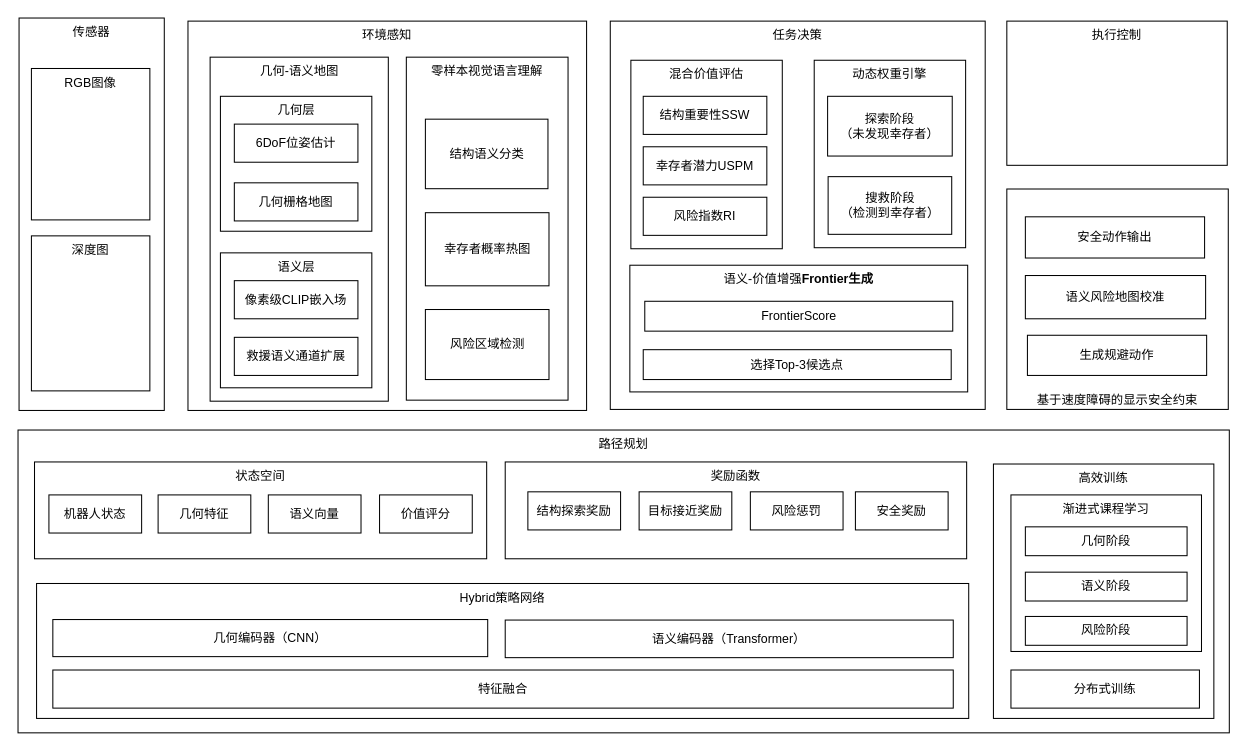
Before: 未命名绘图.drawio in qingyuhai/myGitTemp, a draw.io diagram. Source tidied: cells renumbered, new cells numbered last; positions are measured from the earlier drawing's top-left corner, leaving out a move shared by most shapes. Both pictures are drawn from the tidied source at 103%, with x=0, y=0 at pixel (18, 18).
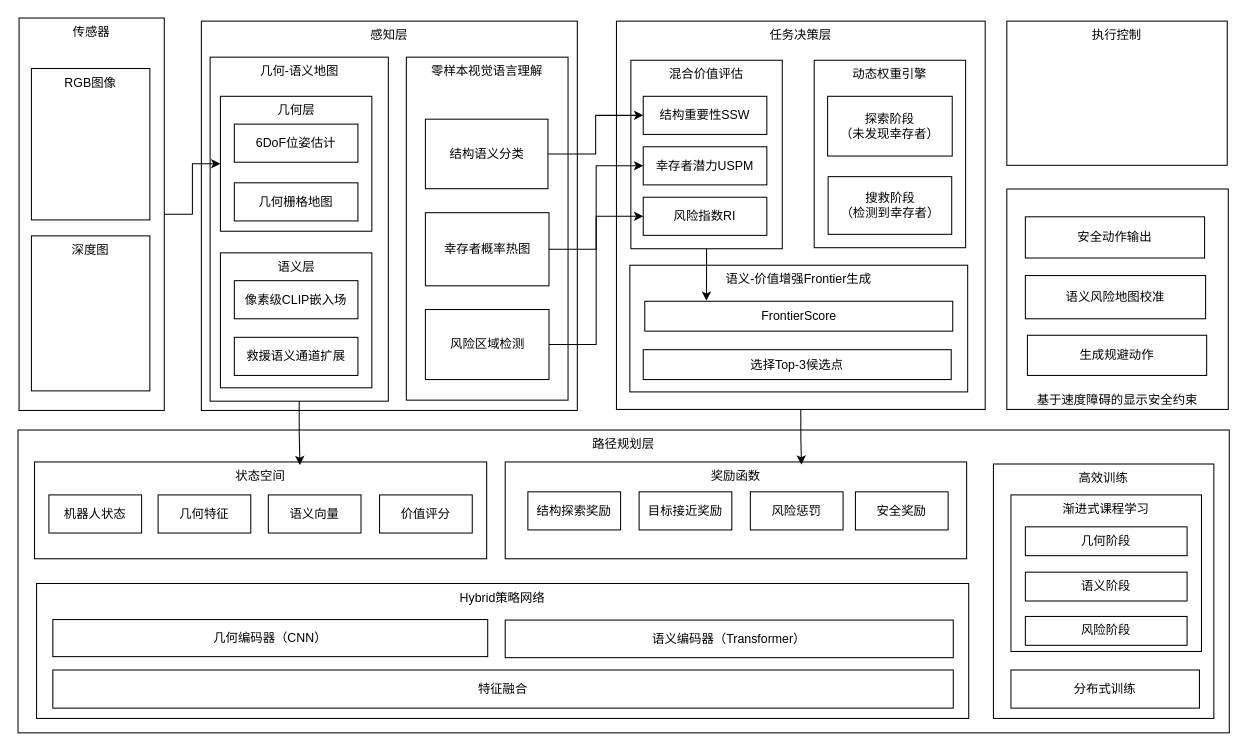
Above is the later version.

Commit message (it also covers changes not shown here):
更新未命名绘图.drawio

Unchanged cells that the change refers to:
```xml
<mxCell id="2" value="传感器" style="rounded=0;whiteSpace=wrap;html=1;verticalAlign=top;" parent="1" vertex="1">
  <mxGeometry x="1" width="141" height="381" as="geometry" />
</mxCell>
<mxCell id="7" value="几何-语义地图" style="rounded=0;whiteSpace=wrap;html=1;verticalAlign=top;" parent="1" vertex="1">
  <mxGeometry x="186.5" y="38" width="173" height="334" as="geometry" />
</mxCell>
<mxCell id="8" value="几何层" style="rounded=0;whiteSpace=wrap;html=1;verticalAlign=top;" parent="1" vertex="1">
  <mxGeometry x="196.5" y="76" width="147" height="131" as="geometry" />
</mxCell>
<mxCell id="10" value="混合价值评估" style="rounded=0;whiteSpace=wrap;html=1;verticalAlign=top;" parent="1" vertex="1">
  <mxGeometry x="595" y="41" width="147" height="183" as="geometry" />
</mxCell>
<mxCell id="11" value="结构重要性SSW" style="rounded=0;whiteSpace=wrap;html=1;" parent="1" vertex="1">
  <mxGeometry x="607" y="76" width="120" height="37" as="geometry" />
</mxCell>
<mxCell id="12" value="幸存者潜力USPM" style="rounded=0;whiteSpace=wrap;html=1;" parent="1" vertex="1">
  <mxGeometry x="607" y="125" width="120" height="37" as="geometry" />
</mxCell>
<mxCell id="13" value="风险指数RI" style="rounded=0;whiteSpace=wrap;html=1;" parent="1" vertex="1">
  <mxGeometry x="607" y="174" width="120" height="37" as="geometry" />
</mxCell>
<mxCell id="18" value="状态空间" style="rounded=0;whiteSpace=wrap;html=1;verticalAlign=top;" parent="1" vertex="1">
  <mxGeometry x="16" y="431" width="439" height="94" as="geometry" />
</mxCell>
<mxCell id="30" value="奖励函数" style="rounded=0;whiteSpace=wrap;html=1;verticalAlign=top;" parent="1" vertex="1">
  <mxGeometry x="473" y="431" width="448" height="94" as="geometry" />
</mxCell>
<mxCell id="42" value="结构语义分类" style="rounded=0;whiteSpace=wrap;html=1;" parent="1" vertex="1">
  <mxGeometry x="395.5" y="98.2" width="119" height="67.5" as="geometry" />
</mxCell>
<mxCell id="43" value="幸存者概率热图" style="rounded=0;whiteSpace=wrap;html=1;" parent="1" vertex="1">
  <mxGeometry x="395.5" y="189" width="120" height="71" as="geometry" />
</mxCell>
<mxCell id="44" value="风险区域检测" style="rounded=0;whiteSpace=wrap;html=1;" parent="1" vertex="1">
  <mxGeometry x="395.5" y="283" width="120" height="68" as="geometry" />
</mxCell>
<mxCell id="46" value="&lt;div&gt;&lt;div class=&quot;old-record-id-MrWGdxZGiolvprx9qxSc6dqvnWe&quot;&gt;&lt;div&gt;&lt;div class=&quot;ace-line ace-line old-record-id-MdqQdFTXMoa1VLxG5Y0cHxWdnwl&quot;&gt;&lt;span class=&quot;j-block-container&quot;&gt;FrontierScore&lt;/span&gt;&lt;/div&gt;&lt;/div&gt;&lt;span class=&quot;lark-record-clipboard&quot; data-lark-record-data=&quot;{&amp;quot;rootId&amp;quot;:&amp;quot;BNPAdGCBEommW2xqo2ccPuPGn6e&amp;quot;,&amp;quot;text&amp;quot;:{&amp;quot;initialAttributedTexts&amp;quot;:{&amp;quot;text&amp;quot;:{&amp;quot;0&amp;quot;:&amp;quot; &amp;quot;},&amp;quot;attribs&amp;quot;:{&amp;quot;0&amp;quot;:&amp;quot;*2*0*1+1&amp;quot;}},&amp;quot;apool&amp;quot;:{&amp;quot;numToAttrib&amp;quot;:{&amp;quot;0&amp;quot;:[&amp;quot;equation&amp;quot;,&amp;quot;\\text{FrontierScore}\n&amp;quot;],&amp;quot;1&amp;quot;:[&amp;quot;objectID&amp;quot;,&amp;quot;rOXUzTqO&amp;quot;],&amp;quot;2&amp;quot;:[&amp;quot;author&amp;quot;,&amp;quot;7080140424181972994&amp;quot;]},&amp;quot;nextNum&amp;quot;:3}},&amp;quot;type&amp;quot;:&amp;quot;text&amp;quot;,&amp;quot;referenceRecordMap&amp;quot;:{},&amp;quot;extra&amp;quot;:{&amp;quot;channel&amp;quot;:&amp;quot;saas&amp;quot;,&amp;quot;isEqualBlockSelection&amp;quot;:true,&amp;quot;pasteRandomId&amp;quot;:&amp;quot;67b2a4c2-bbb4-4ff4-b034-cae2410ab669&amp;quot;,&amp;quot;mention_page_title&amp;quot;:{},&amp;quot;external_mention_url&amp;quot;:{}},&amp;quot;isKeepQuoteContainer&amp;quot;:false,&amp;quot;isFromCode&amp;quot;:false,&amp;quot;selection&amp;quot;:[{&amp;quot;id&amp;quot;:252,&amp;quot;type&amp;quot;:&amp;quot;text&amp;quot;,&amp;quot;selection&amp;quot;:{&amp;quot;start&amp;quot;:0,&amp;quot;end&amp;quot;:1},&amp;quot;recordId&amp;quot;:&amp;quot;MdqQdFTXMoa1VLxG5Y0cHxWdnwl&amp;quot;}],&amp;quot;payloadMap&amp;quot;:{},&amp;quot;isCut&amp;quot;:false}&quot;&gt;&lt;/span&gt;&lt;/div&gt;&lt;/div&gt;&lt;span class=&quot;lark-record-clipboard&quot; data-lark-record-data=&quot;{&amp;quot;rootId&amp;quot;:&amp;quot;BNPAdGCBEommW2xqo2ccPuPGn6e&amp;quot;,&amp;quot;text&amp;quot;:{&amp;quot;initialAttributedTexts&amp;quot;:{&amp;quot;text&amp;quot;:{&amp;quot;0&amp;quot;:&amp;quot;价值地图引导的Frontier选择&amp;quot;},&amp;quot;attribs&amp;quot;:{&amp;quot;0&amp;quot;:&amp;quot;*0*1+h&amp;quot;}},&amp;quot;apool&amp;quot;:{&amp;quot;numToAttrib&amp;quot;:{&amp;quot;0&amp;quot;:[&amp;quot;author&amp;quot;,&amp;quot;7080140424181972994&amp;quot;],&amp;quot;1&amp;quot;:[&amp;quot;bold&amp;quot;,&amp;quot;true&amp;quot;]},&amp;quot;nextNum&amp;quot;:2}},&amp;quot;type&amp;quot;:&amp;quot;text&amp;quot;,&amp;quot;referenceRecordMap&amp;quot;:{},&amp;quot;extra&amp;quot;:{&amp;quot;channel&amp;quot;:&amp;quot;saas&amp;quot;,&amp;quot;isEqualBlockSelection&amp;quot;:false,&amp;quot;pasteRandomId&amp;quot;:&amp;quot;e27646a3-14b2-4f86-8ac1-85d0b10dd6ea&amp;quot;,&amp;quot;mention_page_title&amp;quot;:{},&amp;quot;external_mention_url&amp;quot;:{}},&amp;quot;isKeepQuoteContainer&amp;quot;:false,&amp;quot;isFromCode&amp;quot;:false,&amp;quot;selection&amp;quot;:[{&amp;quot;id&amp;quot;:241,&amp;quot;type&amp;quot;:&amp;quot;text&amp;quot;,&amp;quot;selection&amp;quot;:{&amp;quot;start&amp;quot;:0,&amp;quot;end&amp;quot;:17},&amp;quot;recordId&amp;quot;:&amp;quot;MrWGdxZGiolvprx9qxSc6dqvnWe&amp;quot;}],&amp;quot;payloadMap&amp;quot;:{},&amp;quot;isCut&amp;quot;:false}&quot;&gt;&lt;/span&gt;" style="rounded=0;whiteSpace=wrap;html=1;" parent="1" vertex="1">
  <mxGeometry x="608.5" y="275" width="299" height="29" as="geometry" />
</mxCell>
```

Change to the diagram source:
```diff
@@
-    <mxCell id="3" value="环境感知" style="rounded=0;whiteSpace=wrap;html=1;verticalAlign=top;" parent="1" vertex="1">
-      <mxGeometry x="165" y="3" width="387" height="378" as="geometry" />
+    <mxCell id="3" value="感知层" style="rounded=0;whiteSpace=wrap;html=1;verticalAlign=top;" parent="1" vertex="1">
+      <mxGeometry x="178" y="3" width="365" height="378" as="geometry" />
     </mxCell>
-    <mxCell id="4" value="任务决策" style="rounded=0;whiteSpace=wrap;html=1;verticalAlign=top;" parent="1" vertex="1">
-      <mxGeometry x="575" y="3" width="364" height="377" as="geometry" />
+    <mxCell id="4" value="任务决策层" style="rounded=0;whiteSpace=wrap;html=1;verticalAlign=top;" parent="1" vertex="1">
+      <mxGeometry x="581" y="3" width="358" height="377" as="geometry" />
     </mxCell>
-    <mxCell id="5" value="路径规划" style="rounded=0;whiteSpace=wrap;html=1;verticalAlign=top;" parent="1" vertex="1">
+    <mxCell id="5" value="路径规划层" style="rounded=0;whiteSpace=wrap;html=1;verticalAlign=top;" parent="1" vertex="1">
       <mxGeometry y="400" width="1176" height="294" as="geometry" />
     </mxCell>
@@
+    <mxCell id="54" style="edgeStyle=orthogonalEdgeStyle;rounded=0;jettySize=auto;html=1;entryX=0;entryY=0.5;entryDx=0;entryDy=0;" parent="1" edge="1" source="42" target="11">
+      <mxGeometry relative="1" as="geometry" />
+    </mxCell>
@@
+    <mxCell id="55" style="edgeStyle=orthogonalEdgeStyle;rounded=0;jettySize=auto;html=1;entryX=0;entryY=0.5;entryDx=0;entryDy=0;" parent="1" edge="1" source="43" target="12">
+      <mxGeometry relative="1" as="geometry" />
+    </mxCell>
@@
+    <mxCell id="56" style="edgeStyle=orthogonalEdgeStyle;rounded=0;jettySize=auto;html=1;entryX=0;entryY=0.5;entryDx=0;entryDy=0;" parent="1" edge="1" source="44" target="13">
+      <mxGeometry relative="1" as="geometry" />
+    </mxCell>
@@
-    <mxCell id="45" value="&lt;div&gt;&lt;div class=&quot;old-record-id-MrWGdxZGiolvprx9qxSc6dqvnWe&quot;&gt;&lt;div&gt;&lt;div class=&quot;ace-line ace-line old-record-id-MdqQdFTXMoa1VLxG5Y0cHxWdnwl&quot;&gt;&lt;div&gt;&lt;div&gt;&lt;div class=&quot;old-record-id-LJWMd13EboU8sNxJyBIcaIWCn3g&quot;&gt;语义-价值增强&lt;strong style=&quot;color: initial;&quot;&gt;Frontier生成&lt;/strong&gt;&lt;/div&gt;&lt;/div&gt;&lt;/div&gt;&lt;span class=&quot;lark-record-clipboard&quot; data-lark-record-data=&quot;{&amp;quot;rootId&amp;quot;:&amp;quot;BNPAdGCBEommW2xqo2ccPuPGn6e&amp;quot;,&amp;quot;text&amp;quot;:{&amp;quot;initialAttributedTexts&amp;quot;:{&amp;quot;text&amp;quot;:{&amp;quot;0&amp;quot;:&amp;quot;Frontier生成&amp;quot;},&amp;quot;attribs&amp;quot;:{&amp;quot;0&amp;quot;:&amp;quot;*0*1+a&amp;quot;}},&amp;quot;apool&amp;quot;:{&amp;quot;numToAttrib&amp;quot;:{&amp;quot;0&amp;quot;:[&amp;quot;author&amp;quot;,&amp;quot;7080140424181972994&amp;quot;],&amp;quot;1&amp;quot;:[&amp;quot;bold&amp;quot;,&amp;quot;true&amp;quot;]},&amp;quot;nextNum&amp;quot;:2}},&amp;quot;type&amp;quot;:&amp;quot;text&amp;quot;,&amp;quot;referenceRecordMap&amp;quot;:{},&amp;quot;extra&amp;quot;:{&amp;quot;channel&amp;quot;:&amp;quot;saas&amp;quot;,&amp;quot;isEqualBlockSelection&amp;quot;:false,&amp;quot;pasteRandomId&amp;quot;:&amp;quot;f8a05753-6cb4-4aed-bde6-70c36ad921ee&amp;quot;,&amp;quot;mention_page_title&amp;quot;:{},&amp;quot;external_mention_url&amp;quot;:{}},&amp;quot;isKeepQuoteContainer&amp;quot;:false,&amp;quot;isFromCode&amp;quot;:false,&amp;quot;selection&amp;quot;:[{&amp;quot;id&amp;quot;:251,&amp;quot;type&amp;quot;:&amp;quot;text&amp;quot;,&amp;quot;selection&amp;quot;:{&amp;quot;start&amp;quot;:0,&amp;quot;end&amp;quot;:10},&amp;quot;recordId&amp;quot;:&amp;quot;HUakdoc2soV0hExb6HFcCU7Snog&amp;quot;}],&amp;quot;payloadMap&amp;quot;:{},&amp;quot;isCut&amp;quot;:false}&quot;&gt;&lt;/span&gt;&lt;/div&gt;&lt;/div&gt;&lt;span class=&quot;lark-record-clipboard&quot; data-lark-record-data=&quot;{&amp;quot;rootId&amp;quot;:&amp;quot;BNPAdGCBEommW2xqo2ccPuPGn6e&amp;quot;,&amp;quot;text&amp;quot;:{&amp;quot;initialAttributedTexts&amp;quot;:{&amp;quot;text&amp;quot;:{&amp;quot;0&amp;quot;:&amp;quot; &amp;quot;},&amp;quot;attribs&amp;quot;:{&amp;quot;0&amp;quot;:&amp;quot;*2*0*1+1&amp;quot;}},&amp;quot;apool&amp;quot;:{&amp;quot;numToAttrib&amp;quot;:{&amp;quot;0&amp;quot;:[&amp;quot;equation&amp;quot;,&amp;quot;\\text{FrontierScore}\n&amp;quot;],&amp;quot;1&amp;quot;:[&amp;quot;objectID&amp;quot;,&amp;quot;rOXUzTqO&amp;quot;],&amp;quot;2&amp;quot;:[&amp;quot;author&amp;quot;,&amp;quot;7080140424181972994&amp;quot;]},&amp;quot;nextNum&amp;quot;:3}},&amp;quot;type&amp;quot;:&amp;quot;text&amp;quot;,&amp;quot;referenceRecordMap&amp;quot;:{},&amp;quot;extra&amp;quot;:{&amp;quot;channel&amp;quot;:&amp;quot;saas&amp;quot;,&amp;quot;isEqualBlockSelection&amp;quot;:true,&amp;quot;pasteRandomId&amp;quot;:&amp;quot;67b2a4c2-bbb4-4ff4-b034-cae2410ab669&amp;quot;,&amp;quot;mention_page_title&amp;quot;:{},&amp;quot;external_mention_url&amp;quot;:{}},&amp;quot;isKeepQuoteContainer&amp;quot;:false,&amp;quot;isFromCode&amp;quot;:false,&amp;quot;selection&amp;quot;:[{&amp;quot;id&amp;quot;:252,&amp;quot;type&amp;quot;:&amp;quot;text&amp;quot;,&amp;quot;selection&amp;quot;:{&amp;quot;start&amp;quot;:0,&amp;quot;end&amp;quot;:1},&amp;quot;recordId&amp;quot;:&amp;quot;MdqQdFTXMoa1VLxG5Y0cHxWdnwl&amp;quot;}],&amp;quot;payloadMap&amp;quot;:{},&amp;quot;isCut&amp;quot;:false}&quot;&gt;&lt;/span&gt;&lt;/div&gt;&lt;/div&gt;&lt;span class=&quot;lark-record-clipboard&quot; data-lark-record-data=&quot;{&amp;quot;rootId&amp;quot;:&amp;quot;BNPAdGCBEommW2xqo2ccPuPGn6e&amp;quot;,&amp;quot;text&amp;quot;:{&amp;quot;initialAttributedTexts&amp;quot;:{&amp;quot;text&amp;quot;:{&amp;quot;0&amp;quot;:&amp;quot;价值地图引导的Frontier选择&amp;quot;},&amp;quot;attribs&amp;quot;:{&amp;quot;0&amp;quot;:&amp;quot;*0*1+h&amp;quot;}},&amp;quot;apool&amp;quot;:{&amp;quot;numToAttrib&amp;quot;:{&amp;quot;0&amp;quot;:[&amp;quot;author&amp;quot;,&amp;quot;7080140424181972994&amp;quot;],&amp;quot;1&amp;quot;:[&amp;quot;bold&amp;quot;,&amp;quot;true&amp;quot;]},&amp;quot;nextNum&amp;quot;:2}},&amp;quot;type&amp;quot;:&amp;quot;text&amp;quot;,&amp;quot;referenceRecordMap&amp;quot;:{},&amp;quot;extra&amp;quot;:{&amp;quot;channel&amp;quot;:&amp;quot;saas&amp;quot;,&amp;quot;isEqualBlockSelection&amp;quot;:false,&amp;quot;pasteRandomId&amp;quot;:&amp;quot;e27646a3-14b2-4f86-8ac1-85d0b10dd6ea&amp;quot;,&amp;quot;mention_page_title&amp;quot;:{},&amp;quot;external_mention_url&amp;quot;:{}},&amp;quot;isKeepQuoteContainer&amp;quot;:false,&amp;quot;isFromCode&amp;quot;:false,&amp;quot;selection&amp;quot;:[{&amp;quot;id&amp;quot;:241,&amp;quot;type&amp;quot;:&amp;quot;text&amp;quot;,&amp;quot;selection&amp;quot;:{&amp;quot;start&amp;quot;:0,&amp;quot;end&amp;quot;:17},&amp;quot;recordId&amp;quot;:&amp;quot;MrWGdxZGiolvprx9qxSc6dqvnWe&amp;quot;}],&amp;quot;payloadMap&amp;quot;:{},&amp;quot;isCut&amp;quot;:false}&quot;&gt;&lt;/span&gt;" style="rounded=0;whiteSpace=wrap;html=1;verticalAlign=top;" parent="1" vertex="1">
+    <mxCell id="45" value="&lt;div&gt;&lt;div class=&quot;old-record-id-MrWGdxZGiolvprx9qxSc6dqvnWe&quot;&gt;&lt;div&gt;&lt;div class=&quot;ace-line ace-line old-record-id-MdqQdFTXMoa1VLxG5Y0cHxWdnwl&quot;&gt;&lt;div&gt;&lt;div&gt;&lt;div class=&quot;old-record-id-LJWMd13EboU8sNxJyBIcaIWCn3g&quot;&gt;语义-价值增强&lt;span style=&quot;color: initial;&quot;&gt;Frontier生成&lt;/span&gt;&lt;/div&gt;&lt;/div&gt;&lt;/div&gt;&lt;span class=&quot;lark-record-clipboard&quot; data-lark-record-data=&quot;{&amp;quot;rootId&amp;quot;:&amp;quot;BNPAdGCBEommW2xqo2ccPuPGn6e&amp;quot;,&amp;quot;text&amp;quot;:{&amp;quot;initialAttributedTexts&amp;quot;:{&amp;quot;text&amp;quot;:{&amp;quot;0&amp;quot;:&amp;quot;Frontier生成&amp;quot;},&amp;quot;attribs&amp;quot;:{&amp;quot;0&amp;quot;:&amp;quot;*0*1+a&amp;quot;}},&amp;quot;apool&amp;quot;:{&amp;quot;numToAttrib&amp;quot;:{&amp;quot;0&amp;quot;:[&amp;quot;author&amp;quot;,&amp;quot;7080140424181972994&amp;quot;],&amp;quot;1&amp;quot;:[&amp;quot;bold&amp;quot;,&amp;quot;true&amp;quot;]},&amp;quot;nextNum&amp;quot;:2}},&amp;quot;type&amp;quot;:&amp;quot;text&amp;quot;,&amp;quot;referenceRecordMap&amp;quot;:{},&amp;quot;extra&amp;quot;:{&amp;quot;channel&amp;quot;:&amp;quot;saas&amp;quot;,&amp;quot;isEqualBlockSelection&amp;quot;:false,&amp;quot;pasteRandomId&amp;quot;:&amp;quot;f8a05753-6cb4-4aed-bde6-70c36ad921ee&amp;quot;,&amp;quot;mention_page_title&amp;quot;:{},&amp;quot;external_mention_url&amp;quot;:{}},&amp;quot;isKeepQuoteContainer&amp;quot;:false,&amp;quot;isFromCode&amp;quot;:false,&amp;quot;selection&amp;quot;:[{&amp;quot;id&amp;quot;:251,&amp;quot;type&amp;quot;:&amp;quot;text&amp;quot;,&amp;quot;selection&amp;quot;:{&amp;quot;start&amp;quot;:0,&amp;quot;end&amp;quot;:10},&amp;quot;recordId&amp;quot;:&amp;quot;HUakdoc2soV0hExb6HFcCU7Snog&amp;quot;}],&amp;quot;payloadMap&amp;quot;:{},&amp;quot;isCut&amp;quot;:false}&quot;&gt;&lt;/span&gt;&lt;/div&gt;&lt;/div&gt;&lt;span class=&quot;lark-record-clipboard&quot; data-lark-record-data=&quot;{&amp;quot;rootId&amp;quot;:&amp;quot;BNPAdGCBEommW2xqo2ccPuPGn6e&amp;quot;,&amp;quot;text&amp;quot;:{&amp;quot;initialAttributedTexts&amp;quot;:{&amp;quot;text&amp;quot;:{&amp;quot;0&amp;quot;:&amp;quot; &amp;quot;},&amp;quot;attribs&amp;quot;:{&amp;quot;0&amp;quot;:&amp;quot;*2*0*1+1&amp;quot;}},&amp;quot;apool&amp;quot;:{&amp;quot;numToAttrib&amp;quot;:{&amp;quot;0&amp;quot;:[&amp;quot;equation&amp;quot;,&amp;quot;\\text{FrontierScore}\n&amp;quot;],&amp;quot;1&amp;quot;:[&amp;quot;objectID&amp;quot;,&amp;quot;rOXUzTqO&amp;quot;],&amp;quot;2&amp;quot;:[&amp;quot;author&amp;quot;,&amp;quot;7080140424181972994&amp;quot;]},&amp;quot;nextNum&amp;quot;:3}},&amp;quot;type&amp;quot;:&amp;quot;text&amp;quot;,&amp;quot;referenceRecordMap&amp;quot;:{},&amp;quot;extra&amp;quot;:{&amp;quot;channel&amp;quot;:&amp;quot;saas&amp;quot;,&amp;quot;isEqualBlockSelection&amp;quot;:true,&amp;quot;pasteRandomId&amp;quot;:&amp;quot;67b2a4c2-bbb4-4ff4-b034-cae2410ab669&amp;quot;,&amp;quot;mention_page_title&amp;quot;:{},&amp;quot;external_mention_url&amp;quot;:{}},&amp;quot;isKeepQuoteContainer&amp;quot;:false,&amp;quot;isFromCode&amp;quot;:false,&amp;quot;selection&amp;quot;:[{&amp;quot;id&amp;quot;:252,&amp;quot;type&amp;quot;:&amp;quot;text&amp;quot;,&amp;quot;selection&amp;quot;:{&amp;quot;start&amp;quot;:0,&amp;quot;end&amp;quot;:1},&amp;quot;recordId&amp;quot;:&amp;quot;MdqQdFTXMoa1VLxG5Y0cHxWdnwl&amp;quot;}],&amp;quot;payloadMap&amp;quot;:{},&amp;quot;isCut&amp;quot;:false}&quot;&gt;&lt;/span&gt;&lt;/div&gt;&lt;/div&gt;&lt;span class=&quot;lark-record-clipboard&quot; data-lark-record-data=&quot;{&amp;quot;rootId&amp;quot;:&amp;quot;BNPAdGCBEommW2xqo2ccPuPGn6e&amp;quot;,&amp;quot;text&amp;quot;:{&amp;quot;initialAttributedTexts&amp;quot;:{&amp;quot;text&amp;quot;:{&amp;quot;0&amp;quot;:&amp;quot;价值地图引导的Frontier选择&amp;quot;},&amp;quot;attribs&amp;quot;:{&amp;quot;0&amp;quot;:&amp;quot;*0*1+h&amp;quot;}},&amp;quot;apool&amp;quot;:{&amp;quot;numToAttrib&amp;quot;:{&amp;quot;0&amp;quot;:[&amp;quot;author&amp;quot;,&amp;quot;7080140424181972994&amp;quot;],&amp;quot;1&amp;quot;:[&amp;quot;bold&amp;quot;,&amp;quot;true&amp;quot;]},&amp;quot;nextNum&amp;quot;:2}},&amp;quot;type&amp;quot;:&amp;quot;text&amp;quot;,&amp;quot;referenceRecordMap&amp;quot;:{},&amp;quot;extra&amp;quot;:{&amp;quot;channel&amp;quot;:&amp;quot;saas&amp;quot;,&amp;quot;isEqualBlockSelection&amp;quot;:false,&amp;quot;pasteRandomId&amp;quot;:&amp;quot;e27646a3-14b2-4f86-8ac1-85d0b10dd6ea&amp;quot;,&amp;quot;mention_page_title&amp;quot;:{},&amp;quot;external_mention_url&amp;quot;:{}},&amp;quot;isKeepQuoteContainer&amp;quot;:false,&amp;quot;isFromCode&amp;quot;:false,&amp;quot;selection&amp;quot;:[{&amp;quot;id&amp;quot;:241,&amp;quot;type&amp;quot;:&amp;quot;text&amp;quot;,&amp;quot;selection&amp;quot;:{&amp;quot;start&amp;quot;:0,&amp;quot;end&amp;quot;:17},&amp;quot;recordId&amp;quot;:&amp;quot;MrWGdxZGiolvprx9qxSc6dqvnWe&amp;quot;}],&amp;quot;payloadMap&amp;quot;:{},&amp;quot;isCut&amp;quot;:false}&quot;&gt;&lt;/span&gt;" style="rounded=0;whiteSpace=wrap;html=1;verticalAlign=top;" parent="1" vertex="1">
       <mxGeometry x="594" y="240" width="328" height="123" as="geometry" />
     </mxCell>
@@
+    <mxCell id="57" style="edgeStyle=orthogonalEdgeStyle;rounded=0;jettySize=auto;html=1;entryX=0;entryY=0.5;entryDx=0;entryDy=0;" parent="1" edge="1" source="2" target="8">
+      <mxGeometry relative="1" as="geometry" />
+    </mxCell>
+    <mxCell id="58" style="edgeStyle=orthogonalEdgeStyle;rounded=0;jettySize=auto;html=1;entryX=0.2;entryY=-0.017;entryDx=0;entryDy=0;entryPerimeter=0;" parent="1" edge="1" source="10" target="46">
+      <mxGeometry relative="1" as="geometry" />
+    </mxCell>
+    <mxCell id="59" style="edgeStyle=orthogonalEdgeStyle;rounded=0;jettySize=auto;html=1;entryX=0.587;entryY=0.032;entryDx=0;entryDy=0;entryPerimeter=0;" parent="1" edge="1" source="7" target="18">
+      <mxGeometry relative="1" as="geometry" />
+    </mxCell>
+    <mxCell id="60" style="edgeStyle=orthogonalEdgeStyle;rounded=0;jettySize=auto;html=1;entryX=0.642;entryY=0.027;entryDx=0;entryDy=0;entryPerimeter=0;" parent="1" edge="1" source="4" target="30">
+      <mxGeometry relative="1" as="geometry" />
+    </mxCell>
```
